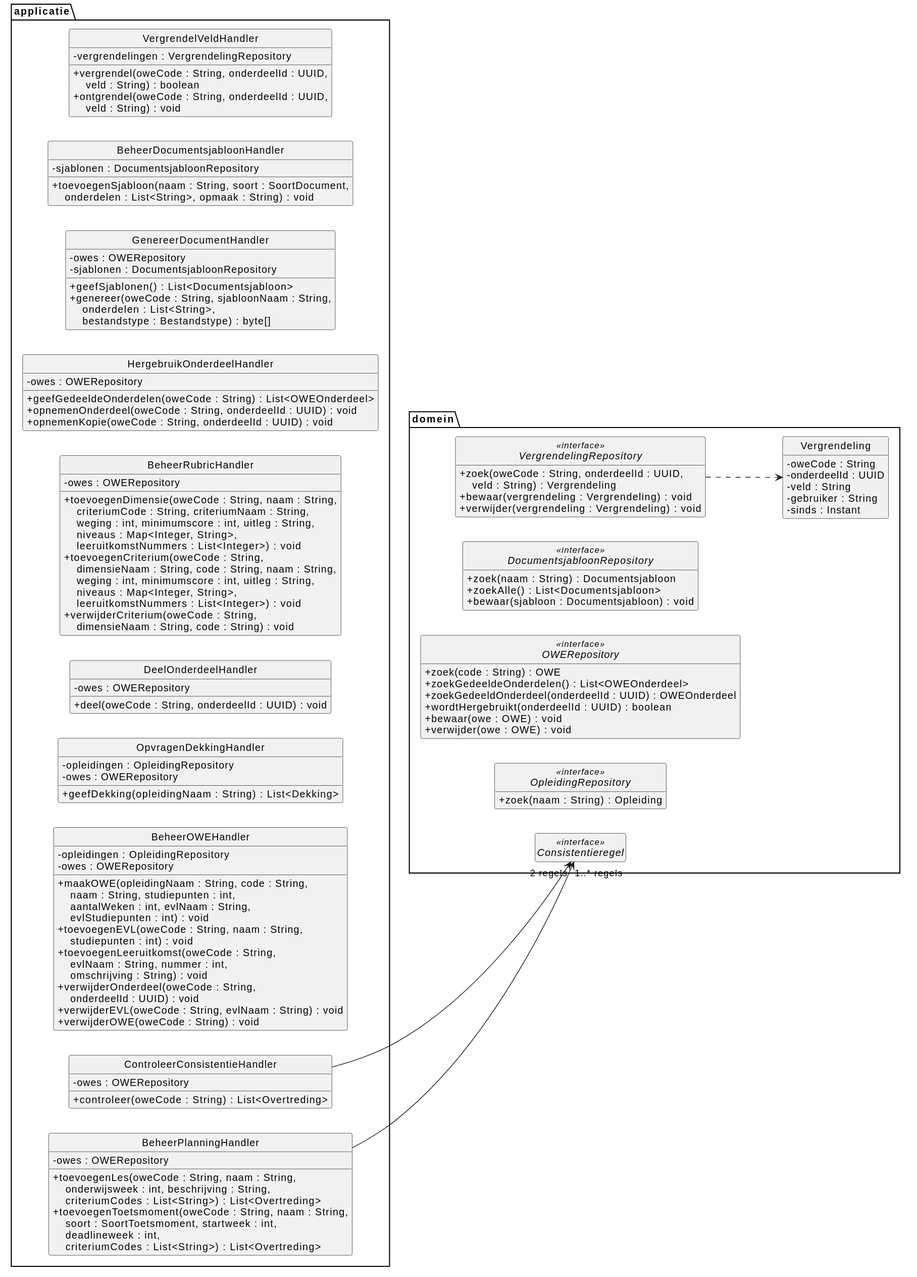
Earlier version of the PlantUML export docs/diagrams/klassendiagram-handlers.svg (HAN-Craftsmanship-KL-JJG/casus).
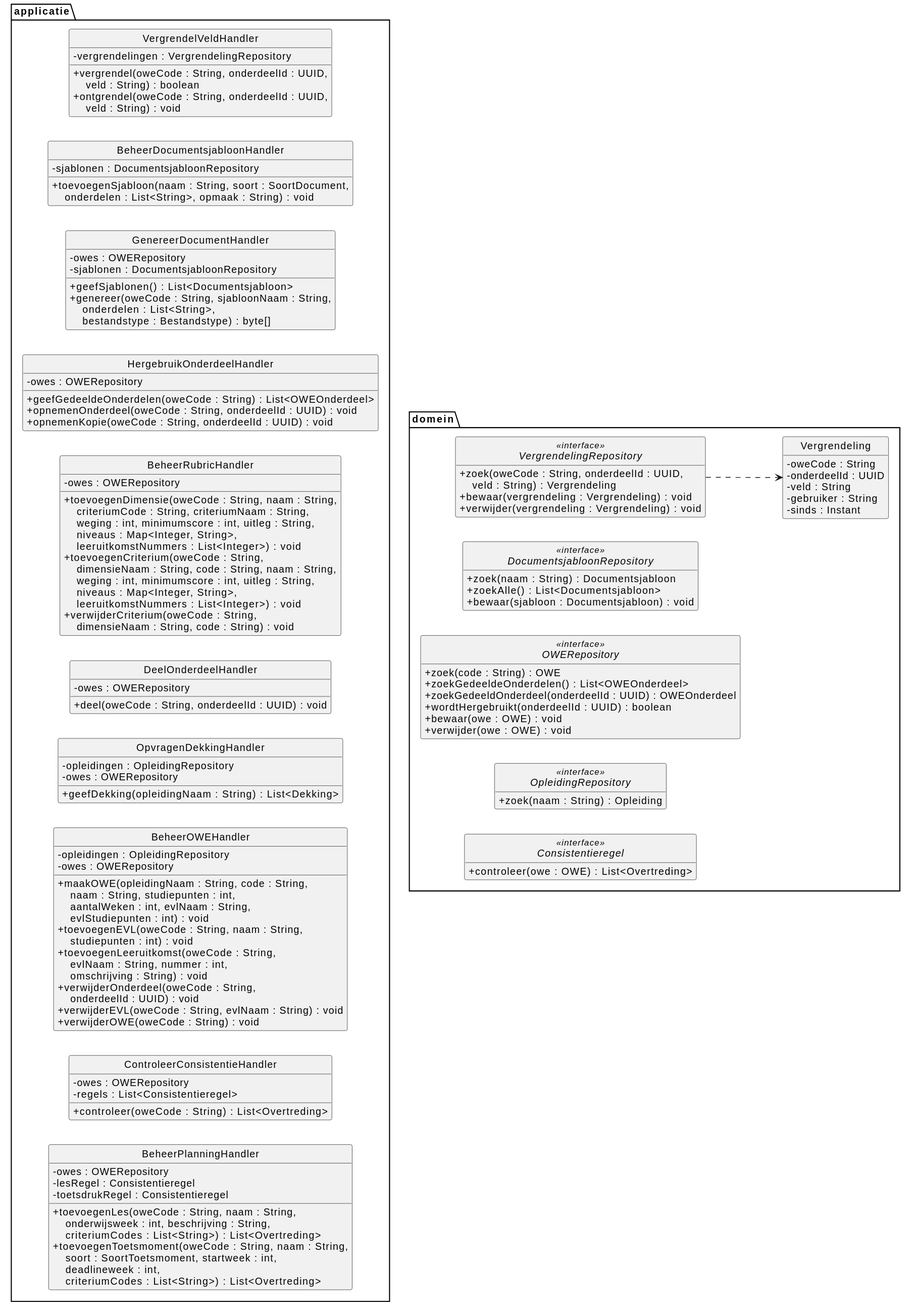
Above is the later version.

What changed in the source:
```diff
@@ -25,11 +25,14 @@
   }
   class BeheerPlanningHandler {
     - owes : OWERepository
+    - lesRegel : Consistentieregel
+    - toetsdrukRegel : Consistentieregel
     + toevoegenLes(oweCode : String, naam : String,\n    onderwijsweek : int, beschrijving : String,\n    criteriumCodes : List<String>) : List<Overtreding>
     + toevoegenToetsmoment(oweCode : String, naam : String,\n    soort : SoortToetsmoment, startweek : int,\n    deadlineweek : int,\n    criteriumCodes : List<String>) : List<Overtreding>
   }
   class ControleerConsistentieHandler {
     - owes : OWERepository
+    - regels : List<Consistentieregel>
     + controleer(oweCode : String) : List<Overtreding>
   }
   class GenereerDocumentHandler {
@@ -93,16 +96,18 @@
     - gebruiker : String
     - sinds : Instant
   }
-  interface Consistentieregel <<interface>>
+  interface Consistentieregel <<interface>> {
+    + controleer(owe : OWE) : List<Overtreding>
+  }
 }
 
-BeheerPlanningHandler --> "2 regels" Consistentieregel
-ControleerConsistentieHandler --> "1..* regels" Consistentieregel
 BeheerOWEHandler -[hidden]-> OpleidingRepository
 BeheerOWEHandler -[hidden]-> OWERepository
 BeheerRubricHandler -[hidden]-> OWERepository
 BeheerPlanningHandler -[hidden]-> OWERepository
 ControleerConsistentieHandler -[hidden]-> OWERepository
+ControleerConsistentieHandler -[hidden]-> Consistentieregel
+BeheerPlanningHandler -[hidden]-> Consistentieregel
 GenereerDocumentHandler -[hidden]-> OWERepository
 GenereerDocumentHandler -[hidden]-> DocumentsjabloonRepository
 HergebruikOnderdeelHandler -[hidden]-> OWERepository
```
